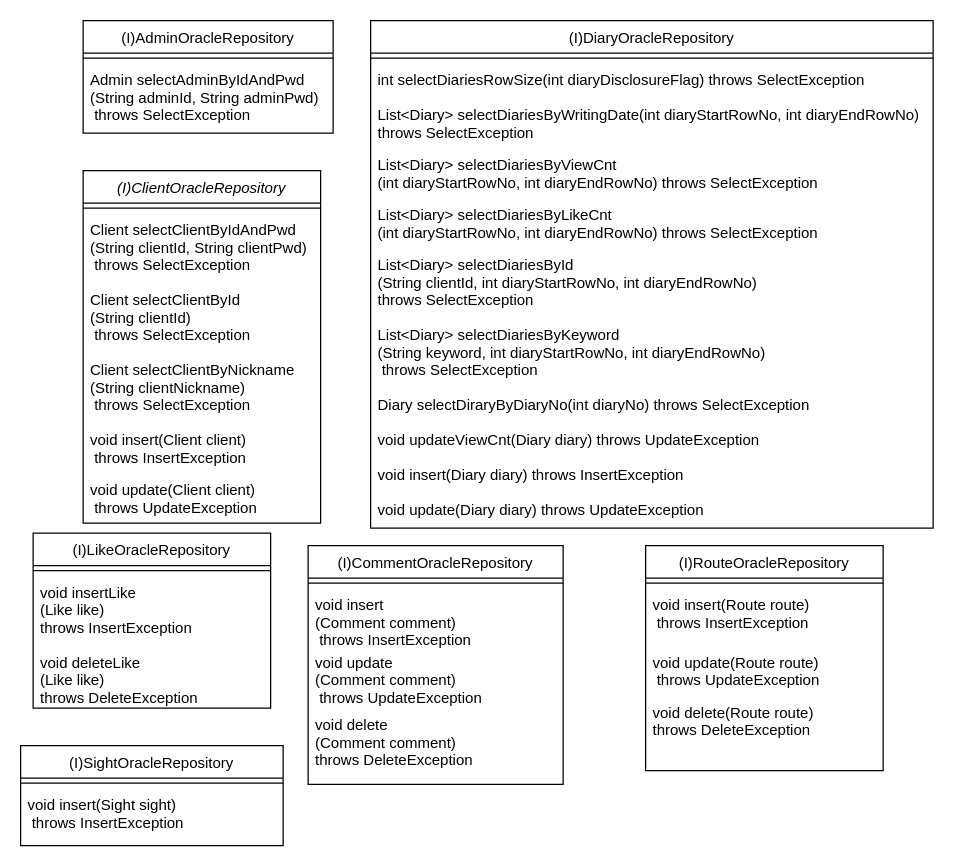
Above: document/repository_class_diagram.drawio in RouteDiary/route-diary (draw.io), before the change. Source tidied: cells renumbered, new cells numbered last; positions are measured from the earlier drawing's top-left corner, leaving out a move shared by most shapes. Both pictures are drawn from the tidied source at 125%, with x=0, y=0 at pixel (20, 20).
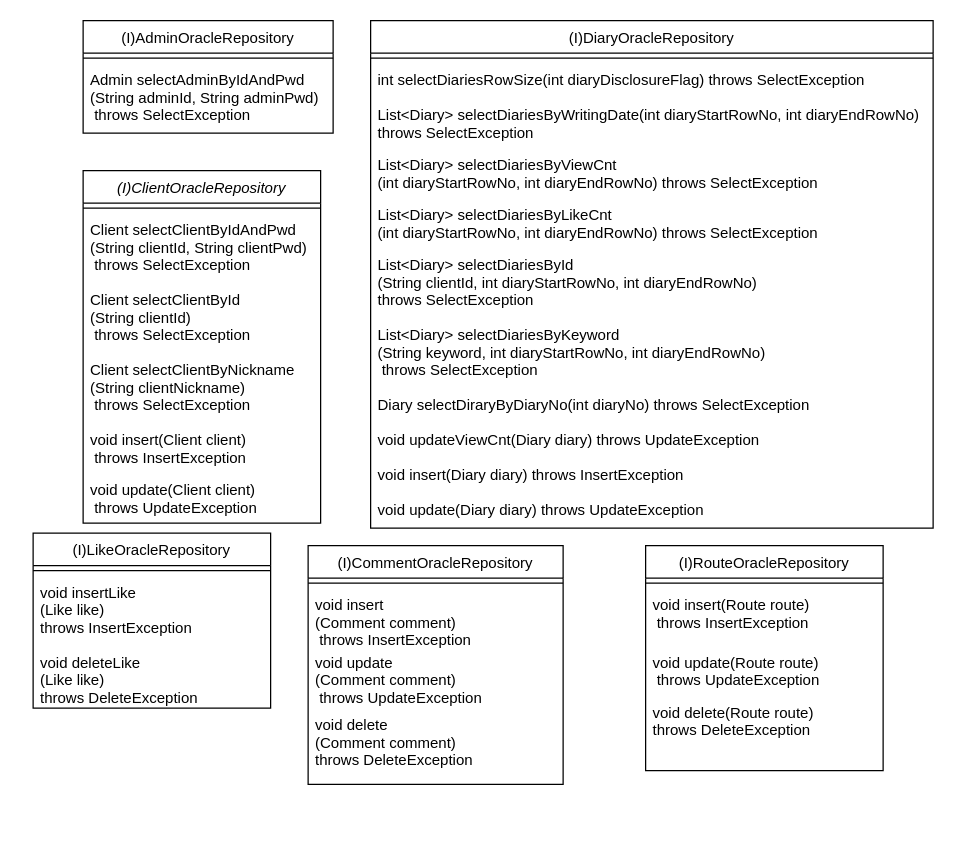
Above is the later version.

The edit, as a diff of the source:
```diff
@@
-    <mxCell id="38" value="(I)SightOracleRepository" style="swimlane;fontStyle=0;align=center;verticalAlign=top;horizontal=1;startSize=26;rounded=0;shadow=0;strokeWidth=1;" parent="1" vertex="1">
-      <mxGeometry y="580" width="210" height="80" as="geometry" />
-    </mxCell>
-    <mxCell id="39" style="line;html=1;strokeWidth=1;align=left;verticalAlign=middle;spacingTop=-1;spacingLeft=3;spacingRight=3;labelPosition=right;" parent="38" vertex="1">
-      <mxGeometry y="26" width="210" height="8" as="geometry" />
-    </mxCell>
-    <mxCell id="40" value="void insert(Sight sight)&#10; throws InsertException&#10;" style="text;align=left;verticalAlign=top;spacingLeft=4;spacingRight=4;overflow=hidden;" parent="38" vertex="1">
-      <mxGeometry y="34" width="210" height="36" as="geometry" />
-    </mxCell>
```
